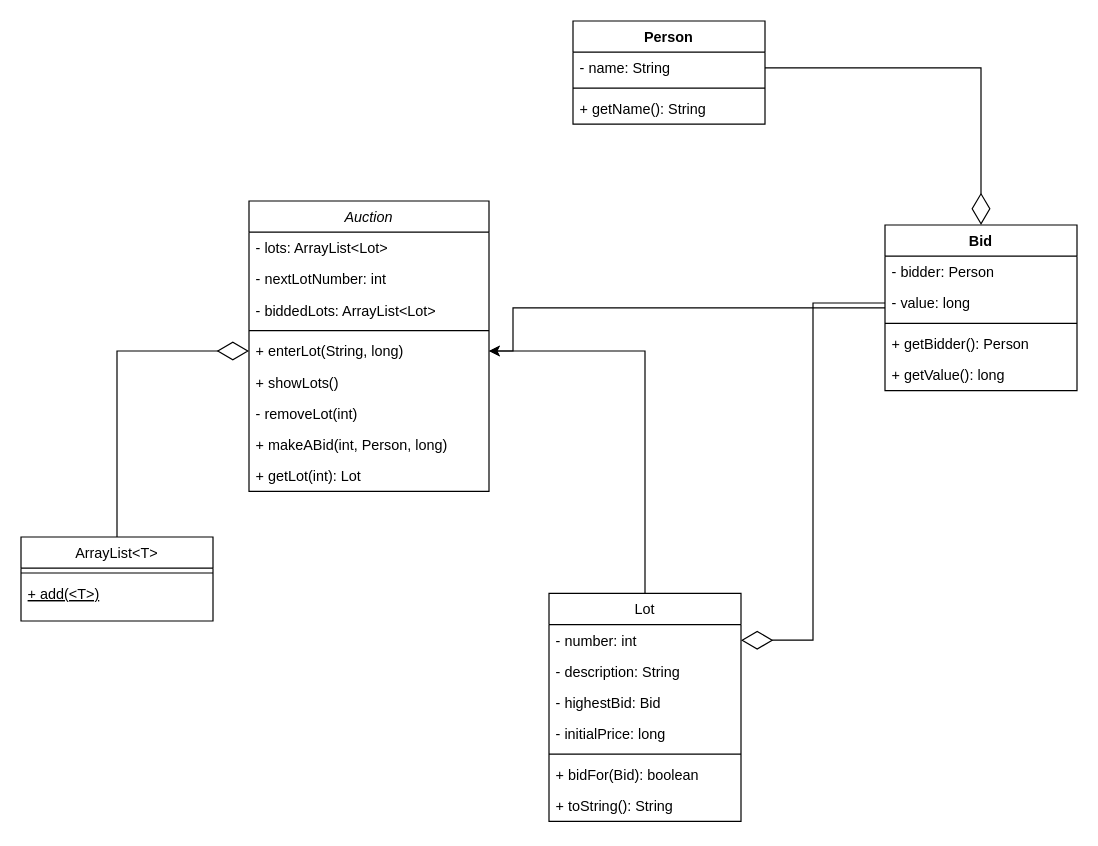
Above: Aufgaben/M1/M1.drawio in mogls/M320 (draw.io), before the change. Source tidied: cells renumbered, new cells numbered last; positions are measured from the earlier drawing's top-left corner, leaving out a move shared by most shapes. Both pictures are drawn from the tidied source at 120%, with x=0, y=0 at pixel (20, 20).
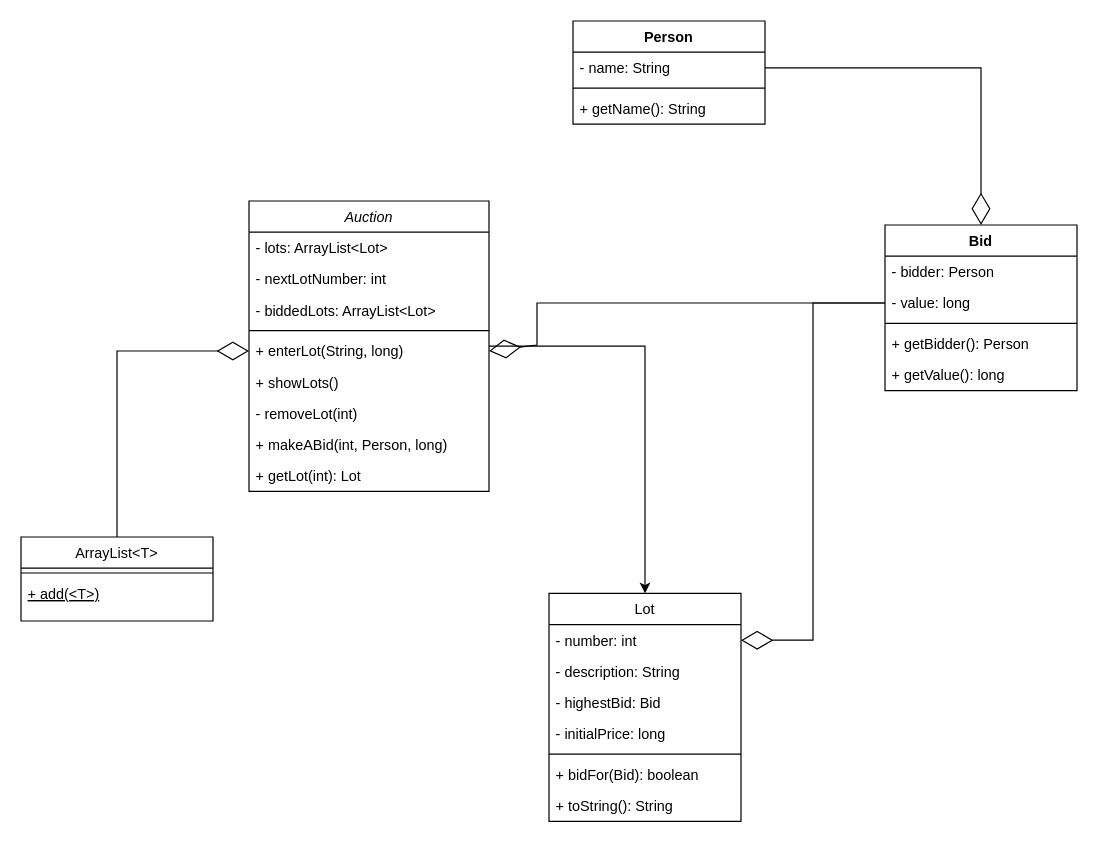
Above is the later version.

Commit message (it also covers changes not shown here):
Exported as jpg and adjustments

Made some adjustments to the arrows on the diagramm

Unchanged cells that the change refers to:
```xml
<mxCell id="2" value="Auction" style="swimlane;fontStyle=2;align=center;verticalAlign=top;horizontal=1;startSize=26;rounded=0;shadow=0;strokeWidth=1;" parent="1" vertex="1">
  <mxGeometry x="190" y="150" width="200" height="242" as="geometry" />
</mxCell>
<mxCell id="7" value="+ enterLot(String, long)" style="text;align=left;verticalAlign=top;spacingLeft=4;spacingRight=4;overflow=hidden;points=[[0,0.5],[1,0.5]];portConstraint=eastwest;" parent="2" vertex="1">
  <mxGeometry y="112" width="200" height="26" as="geometry" />
</mxCell>
<mxCell id="16" value="Lot" style="swimlane;fontStyle=0;align=center;verticalAlign=top;horizontal=1;startSize=26;rounded=0;shadow=0;strokeWidth=1;" parent="1" vertex="1">
  <mxGeometry x="440" y="477" width="160" height="190" as="geometry" />
</mxCell>
<mxCell id="26" value="Bid" style="swimlane;fontStyle=1;align=center;verticalAlign=top;horizontal=1;startSize=26;whiteSpace=wrap;html=1;" parent="1" vertex="1">
  <mxGeometry x="720" y="170" width="160" height="138" as="geometry" />
</mxCell>
<mxCell id="28" value="- value: long" style="text;strokeColor=none;fillColor=none;align=left;verticalAlign=top;spacingLeft=4;spacingRight=4;overflow=hidden;points=[[0,0.5],[1,0.5]];portConstraint=eastwest;whiteSpace=wrap;html=1;" parent="26" vertex="1">
  <mxGeometry y="52" width="160" height="26" as="geometry" />
</mxCell>
```

Diff of the diagram source:
```diff
@@
+    <mxCell id="38" style="edgeStyle=orthogonalEdgeStyle;rounded=0;jettySize=auto;html=1;entryX=0.5;entryY=0;entryDx=0;entryDy=0;" parent="1" edge="1" source="2" target="16">
+      <mxGeometry relative="1" as="geometry" />
+    </mxCell>
@@
-    <mxCell id="15" style="edgeStyle=orthogonalEdgeStyle;rounded=0;jettySize=auto;html=1;entryX=1;entryY=0.5;entryDx=0;entryDy=0;" parent="1" edge="1" source="16" target="7">
-      <mxGeometry relative="1" as="geometry" />
-    </mxCell>
@@
-    <mxCell id="25" style="edgeStyle=orthogonalEdgeStyle;rounded=0;jettySize=auto;html=1;entryX=1;entryY=0.5;entryDx=0;entryDy=0;" parent="1" edge="1" source="26" target="7">
-      <mxGeometry relative="1" as="geometry">
-        <Array as="points">
-          <mxPoint x="410" y="239" />
-          <mxPoint x="410" y="275" />
-        </Array>
-      </mxGeometry>
-    </mxCell>
@@
+    <mxCell id="39" style="endArrow=diamondThin;endFill=0;endSize=24;html=1;rounded=0;exitX=0;exitY=0.5;exitDx=0;exitDy=0;entryX=1;entryY=0.5;entryDx=0;entryDy=0;" parent="1" edge="1" source="28" target="7">
+      <mxGeometry relative="1" as="geometry">
+        <Array as="points">
+          <mxPoint x="430" y="235" />
+          <mxPoint x="430" y="270" />
+        </Array>
+      </mxGeometry>
+    </mxCell>
```
